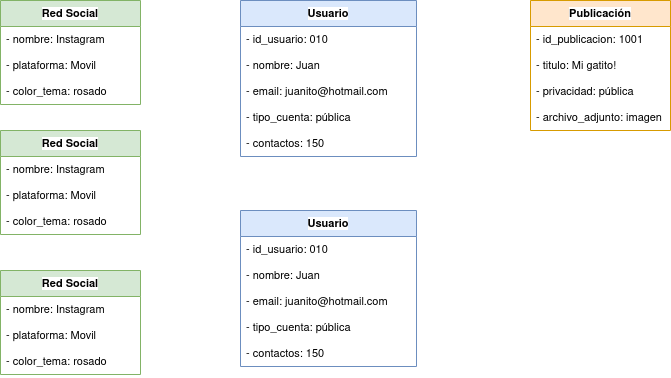
This is diagramas_objetos/red-social/diagrama-objeto-red-social.drawio.png from JesusLugo2002/ETS, a draw.io export, as it was before one commit. Source tidied: cells renumbered, new cells last; positions are measured from the earlier drawing's top-left corner, leaving out a move shared by most shapes.
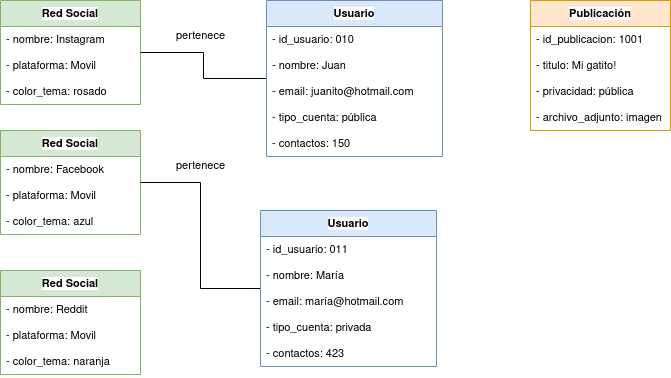
After the commit.

The edit, as a diff of the source:
```diff
@@ -14,8 +14,11 @@
     <mxCell id="5" value="- color_tema: rosado" style="text;strokeColor=none;fillColor=none;align=left;verticalAlign=top;spacingLeft=4;spacingRight=4;overflow=hidden;whiteSpace=wrap;html=1;fontFamily=Helvetica;fontSize=11;fontColor=default;labelBackgroundColor=default;" parent="2" vertex="1">
       <mxGeometry y="78" width="140" height="26" as="geometry" />
     </mxCell>
+    <mxCell id="31" style="edgeStyle=orthogonalEdgeStyle;rounded=0;jettySize=auto;html=1;strokeColor=default;align=center;verticalAlign=middle;fontFamily=Helvetica;fontSize=11;fontColor=default;labelBackgroundColor=default;endArrow=none;endFill=0;" parent="1" edge="1" source="6" target="2">
+      <mxGeometry relative="1" as="geometry" />
+    </mxCell>
     <mxCell id="6" value="Usuario" style="swimlane;fontStyle=1;horizontal=1;startSize=26;fillColor=#dae8fc;whiteSpace=wrap;html=1;fontFamily=Helvetica;fontSize=11;labelBackgroundColor=default;strokeColor=#6c8ebf;" parent="1" vertex="1">
-      <mxGeometry x="240" width="176" height="156" as="geometry" />
+      <mxGeometry x="266" width="176" height="156" as="geometry" />
     </mxCell>
     <mxCell id="7" value="- id_usuario: 010" style="text;strokeColor=none;fillColor=none;align=left;verticalAlign=top;spacingLeft=4;spacingRight=4;overflow=hidden;whiteSpace=wrap;html=1;fontFamily=Helvetica;fontSize=11;fontColor=default;labelBackgroundColor=default;" parent="6" vertex="1">
       <mxGeometry y="26" width="176" height="26" as="geometry" />
@@ -50,44 +53,53 @@
     <mxCell id="17" value="Red Social" style="swimlane;fontStyle=1;horizontal=1;startSize=26;fillColor=#d5e8d4;whiteSpace=wrap;html=1;fontFamily=Helvetica;fontSize=11;labelBackgroundColor=default;strokeColor=#82b366;" parent="1" vertex="1">
       <mxGeometry y="130" width="140" height="104" as="geometry" />
     </mxCell>
-    <mxCell id="18" value="- nombre: Instagram" style="text;strokeColor=none;fillColor=none;align=left;verticalAlign=top;spacingLeft=4;spacingRight=4;overflow=hidden;whiteSpace=wrap;html=1;fontFamily=Helvetica;fontSize=11;fontColor=default;labelBackgroundColor=default;" parent="17" vertex="1">
+    <mxCell id="18" value="- nombre: Facebook" style="text;strokeColor=none;fillColor=none;align=left;verticalAlign=top;spacingLeft=4;spacingRight=4;overflow=hidden;whiteSpace=wrap;html=1;fontFamily=Helvetica;fontSize=11;fontColor=default;labelBackgroundColor=default;" parent="17" vertex="1">
       <mxGeometry y="26" width="140" height="26" as="geometry" />
     </mxCell>
     <mxCell id="19" value="- plataforma: Movil" style="text;strokeColor=none;fillColor=none;align=left;verticalAlign=top;spacingLeft=4;spacingRight=4;overflow=hidden;whiteSpace=wrap;html=1;fontFamily=Helvetica;fontSize=11;fontColor=default;labelBackgroundColor=default;" parent="17" vertex="1">
       <mxGeometry y="52" width="140" height="26" as="geometry" />
     </mxCell>
-    <mxCell id="20" value="- color_tema: rosado" style="text;strokeColor=none;fillColor=none;align=left;verticalAlign=top;spacingLeft=4;spacingRight=4;overflow=hidden;whiteSpace=wrap;html=1;fontFamily=Helvetica;fontSize=11;fontColor=default;labelBackgroundColor=default;" parent="17" vertex="1">
+    <mxCell id="20" value="- color_tema: azul" style="text;strokeColor=none;fillColor=none;align=left;verticalAlign=top;spacingLeft=4;spacingRight=4;overflow=hidden;whiteSpace=wrap;html=1;fontFamily=Helvetica;fontSize=11;fontColor=default;labelBackgroundColor=default;" parent="17" vertex="1">
       <mxGeometry y="78" width="140" height="26" as="geometry" />
     </mxCell>
     <mxCell id="21" value="Red Social" style="swimlane;fontStyle=1;horizontal=1;startSize=26;fillColor=#d5e8d4;whiteSpace=wrap;html=1;fontFamily=Helvetica;fontSize=11;labelBackgroundColor=default;strokeColor=#82b366;" parent="1" vertex="1">
       <mxGeometry y="270" width="140" height="104" as="geometry" />
     </mxCell>
-    <mxCell id="22" value="- nombre: Instagram" style="text;strokeColor=none;fillColor=none;align=left;verticalAlign=top;spacingLeft=4;spacingRight=4;overflow=hidden;whiteSpace=wrap;html=1;fontFamily=Helvetica;fontSize=11;fontColor=default;labelBackgroundColor=default;" parent="21" vertex="1">
+    <mxCell id="22" value="- nombre: Reddit" style="text;strokeColor=none;fillColor=none;align=left;verticalAlign=top;spacingLeft=4;spacingRight=4;overflow=hidden;whiteSpace=wrap;html=1;fontFamily=Helvetica;fontSize=11;fontColor=default;labelBackgroundColor=default;" parent="21" vertex="1">
       <mxGeometry y="26" width="140" height="26" as="geometry" />
     </mxCell>
     <mxCell id="23" value="- plataforma: Movil" style="text;strokeColor=none;fillColor=none;align=left;verticalAlign=top;spacingLeft=4;spacingRight=4;overflow=hidden;whiteSpace=wrap;html=1;fontFamily=Helvetica;fontSize=11;fontColor=default;labelBackgroundColor=default;" parent="21" vertex="1">
       <mxGeometry y="52" width="140" height="26" as="geometry" />
     </mxCell>
-    <mxCell id="24" value="- color_tema: rosado" style="text;strokeColor=none;fillColor=none;align=left;verticalAlign=top;spacingLeft=4;spacingRight=4;overflow=hidden;whiteSpace=wrap;html=1;fontFamily=Helvetica;fontSize=11;fontColor=default;labelBackgroundColor=default;" parent="21" vertex="1">
+    <mxCell id="24" value="- color_tema: naranja" style="text;strokeColor=none;fillColor=none;align=left;verticalAlign=top;spacingLeft=4;spacingRight=4;overflow=hidden;whiteSpace=wrap;html=1;fontFamily=Helvetica;fontSize=11;fontColor=default;labelBackgroundColor=default;" parent="21" vertex="1">
       <mxGeometry y="78" width="140" height="26" as="geometry" />
     </mxCell>
+    <mxCell id="32" style="edgeStyle=orthogonalEdgeStyle;rounded=0;jettySize=auto;html=1;strokeColor=default;align=center;verticalAlign=middle;fontFamily=Helvetica;fontSize=11;fontColor=default;labelBackgroundColor=default;endArrow=none;endFill=0;" parent="1" edge="1" source="25" target="17">
+      <mxGeometry relative="1" as="geometry" />
+    </mxCell>
     <mxCell id="25" value="Usuario" style="swimlane;fontStyle=1;horizontal=1;startSize=26;fillColor=#dae8fc;whiteSpace=wrap;html=1;fontFamily=Helvetica;fontSize=11;labelBackgroundColor=default;strokeColor=#6c8ebf;" parent="1" vertex="1">
-      <mxGeometry x="240" y="210" width="176" height="156" as="geometry" />
+      <mxGeometry x="260" y="210" width="176" height="156" as="geometry" />
     </mxCell>
-    <mxCell id="26" value="- id_usuario: 010" style="text;strokeColor=none;fillColor=none;align=left;verticalAlign=top;spacingLeft=4;spacingRight=4;overflow=hidden;whiteSpace=wrap;html=1;fontFamily=Helvetica;fontSize=11;fontColor=default;labelBackgroundColor=default;" parent="25" vertex="1">
+    <mxCell id="26" value="- id_usuario: 011" style="text;strokeColor=none;fillColor=none;align=left;verticalAlign=top;spacingLeft=4;spacingRight=4;overflow=hidden;whiteSpace=wrap;html=1;fontFamily=Helvetica;fontSize=11;fontColor=default;labelBackgroundColor=default;" parent="25" vertex="1">
       <mxGeometry y="26" width="176" height="26" as="geometry" />
     </mxCell>
-    <mxCell id="27" value="- nombre: Juan" style="text;strokeColor=none;fillColor=none;align=left;verticalAlign=top;spacingLeft=4;spacingRight=4;overflow=hidden;whiteSpace=wrap;html=1;fontFamily=Helvetica;fontSize=11;fontColor=default;labelBackgroundColor=default;" parent="25" vertex="1">
+    <mxCell id="27" value="- nombre: María" style="text;strokeColor=none;fillColor=none;align=left;verticalAlign=top;spacingLeft=4;spacingRight=4;overflow=hidden;whiteSpace=wrap;html=1;fontFamily=Helvetica;fontSize=11;fontColor=default;labelBackgroundColor=default;" parent="25" vertex="1">
       <mxGeometry y="52" width="176" height="26" as="geometry" />
     </mxCell>
-    <mxCell id="28" value="- email: juanito@hotmail.com" style="text;strokeColor=none;fillColor=none;align=left;verticalAlign=top;spacingLeft=4;spacingRight=4;overflow=hidden;whiteSpace=wrap;html=1;fontFamily=Helvetica;fontSize=11;fontColor=default;labelBackgroundColor=default;" parent="25" vertex="1">
+    <mxCell id="28" value="- email: maría@hotmail.com" style="text;strokeColor=none;fillColor=none;align=left;verticalAlign=top;spacingLeft=4;spacingRight=4;overflow=hidden;whiteSpace=wrap;html=1;fontFamily=Helvetica;fontSize=11;fontColor=default;labelBackgroundColor=default;" parent="25" vertex="1">
       <mxGeometry y="78" width="176" height="26" as="geometry" />
     </mxCell>
-    <mxCell id="29" value="- tipo_cuenta: pública" style="text;strokeColor=none;fillColor=none;align=left;verticalAlign=top;spacingLeft=4;spacingRight=4;overflow=hidden;whiteSpace=wrap;html=1;fontFamily=Helvetica;fontSize=11;fontColor=default;labelBackgroundColor=default;" parent="25" vertex="1">
+    <mxCell id="29" value="- tipo_cuenta: privada" style="text;strokeColor=none;fillColor=none;align=left;verticalAlign=top;spacingLeft=4;spacingRight=4;overflow=hidden;whiteSpace=wrap;html=1;fontFamily=Helvetica;fontSize=11;fontColor=default;labelBackgroundColor=default;" parent="25" vertex="1">
       <mxGeometry y="104" width="176" height="26" as="geometry" />
     </mxCell>
-    <mxCell id="30" value="- contactos: 150" style="text;strokeColor=none;fillColor=none;align=left;verticalAlign=top;spacingLeft=4;spacingRight=4;overflow=hidden;whiteSpace=wrap;html=1;fontFamily=Helvetica;fontSize=11;fontColor=default;labelBackgroundColor=default;" parent="25" vertex="1">
+    <mxCell id="30" value="- contactos: 423" style="text;strokeColor=none;fillColor=none;align=left;verticalAlign=top;spacingLeft=4;spacingRight=4;overflow=hidden;whiteSpace=wrap;html=1;fontFamily=Helvetica;fontSize=11;fontColor=default;labelBackgroundColor=default;" parent="25" vertex="1">
       <mxGeometry y="130" width="176" height="26" as="geometry" />
     </mxCell>
+    <mxCell id="33" value="pertenece" style="text;html=1;align=center;verticalAlign=middle;strokeColor=none;fillColor=none;fontFamily=Helvetica;fontSize=11;fontColor=default;labelBackgroundColor=default;" parent="1" vertex="1">
+      <mxGeometry x="165" y="20" width="70" height="30" as="geometry" />
+    </mxCell>
+    <mxCell id="34" value="pertenece" style="text;html=1;align=center;verticalAlign=middle;strokeColor=none;fillColor=none;fontFamily=Helvetica;fontSize=11;fontColor=default;labelBackgroundColor=default;" parent="1" vertex="1">
+      <mxGeometry x="165" y="150" width="70" height="30" as="geometry" />
+    </mxCell>
   </root>
 </mxGraphModel>
```
